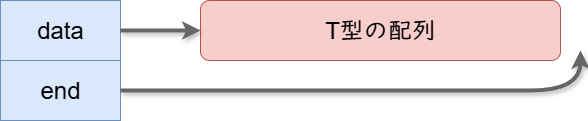
Before: images/EasyVec_data_and_end.drawio.png, a diagram exported from draw.io (tn-mai/cpp2025). Source tidied: cells renumbered, new cells last; positions are measured from the earlier drawing's top-left corner, leaving out a move shared by most shapes. Source of this version:
```xml
<mxGraphModel>
  <root>
    <mxCell id="0" />
    <mxCell id="1" parent="0" />
    <mxCell id="2" value="&lt;font style=&quot;font-size: 24px;&quot;&gt;data&lt;/font&gt;" style="rounded=0;whiteSpace=wrap;html=1;labelBackgroundColor=light-dark(default, #658095);fillColor=#dae8fc;strokeColor=#6c8ebf;" parent="1" vertex="1">
      <mxGeometry width="120" height="60" as="geometry" />
    </mxCell>
    <mxCell id="3" value="&lt;font style=&quot;font-size: 24px;&quot;&gt;end&lt;/font&gt;" style="rounded=0;whiteSpace=wrap;html=1;fillColor=#dae8fc;strokeColor=#6c8ebf;" parent="1" vertex="1">
      <mxGeometry y="60" width="120" height="60" as="geometry" />
    </mxCell>
    <mxCell id="4" value="&lt;font style=&quot;font-size: 24px;&quot;&gt;T型の配列&lt;/font&gt;" style="rounded=1;whiteSpace=wrap;html=1;fillColor=#f8cecc;strokeColor=#b85450;" parent="1" vertex="1">
      <mxGeometry x="200" width="360" height="60" as="geometry" />
    </mxCell>
    <mxCell id="5" style="endArrow=classic;html=1;rounded=0;exitX=1;exitY=0.5;exitDx=0;exitDy=0;entryX=0;entryY=0.5;entryDx=0;entryDy=0;strokeWidth=4;shadow=1;fillColor=#f5f5f5;strokeColor=#666666;" parent="1" edge="1" source="2" target="4">
      <mxGeometry relative="1" as="geometry" />
    </mxCell>
    <mxCell id="6" style="curved=1;endArrow=classic;html=1;rounded=0;exitX=1;exitY=0.5;exitDx=0;exitDy=0;strokeWidth=4;shadow=1;fillColor=#f5f5f5;strokeColor=#666666;" parent="1" edge="1" source="3">
      <mxGeometry relative="1" as="geometry">
        <mxPoint x="580" y="50" as="targetPoint" />
        <Array as="points">
          <mxPoint x="480" y="90" />
          <mxPoint x="580" y="90" />
        </Array>
      </mxGeometry>
    </mxCell>
  </root>
</mxGraphModel>
```
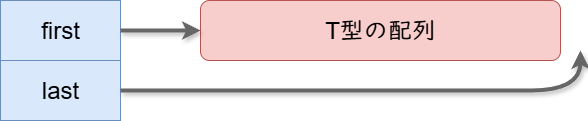
Above is the later version.

Commit message:
変数名を変更

What changed in the source:
```diff
@@ -2,19 +2,19 @@
   <root>
     <mxCell id="0" />
     <mxCell id="1" parent="0" />
-    <mxCell id="2" value="&lt;font style=&quot;font-size: 24px;&quot;&gt;data&lt;/font&gt;" style="rounded=0;whiteSpace=wrap;html=1;labelBackgroundColor=light-dark(default, #658095);fillColor=#dae8fc;strokeColor=#6c8ebf;" parent="1" vertex="1">
+    <mxCell id="2" value="&lt;font style=&quot;font-size: 24px;&quot;&gt;first&lt;/font&gt;" style="rounded=0;whiteSpace=wrap;html=1;labelBackgroundColor=light-dark(default, #658095);fillColor=#dae8fc;strokeColor=#6c8ebf;" parent="1" vertex="1">
       <mxGeometry width="120" height="60" as="geometry" />
     </mxCell>
-    <mxCell id="3" value="&lt;font style=&quot;font-size: 24px;&quot;&gt;end&lt;/font&gt;" style="rounded=0;whiteSpace=wrap;html=1;fillColor=#dae8fc;strokeColor=#6c8ebf;" parent="1" vertex="1">
+    <mxCell id="3" value="&lt;font style=&quot;font-size: 24px;&quot;&gt;last&lt;/font&gt;" style="rounded=0;whiteSpace=wrap;html=1;fillColor=#dae8fc;strokeColor=#6c8ebf;" parent="1" vertex="1">
       <mxGeometry y="60" width="120" height="60" as="geometry" />
     </mxCell>
     <mxCell id="4" value="&lt;font style=&quot;font-size: 24px;&quot;&gt;T型の配列&lt;/font&gt;" style="rounded=1;whiteSpace=wrap;html=1;fillColor=#f8cecc;strokeColor=#b85450;" parent="1" vertex="1">
       <mxGeometry x="200" width="360" height="60" as="geometry" />
     </mxCell>
-    <mxCell id="5" style="endArrow=classic;html=1;rounded=0;exitX=1;exitY=0.5;exitDx=0;exitDy=0;entryX=0;entryY=0.5;entryDx=0;entryDy=0;strokeWidth=4;shadow=1;fillColor=#f5f5f5;strokeColor=#666666;" parent="1" edge="1" source="2" target="4">
+    <mxCell id="5" style="endArrow=classic;html=1;rounded=0;entryX=0;entryY=0.5;entryDx=0;entryDy=0;strokeWidth=4;shadow=1;fillColor=#f5f5f5;strokeColor=#666666;" parent="1" edge="1" source="2" target="4">
       <mxGeometry relative="1" as="geometry" />
     </mxCell>
-    <mxCell id="6" style="curved=1;endArrow=classic;html=1;rounded=0;exitX=1;exitY=0.5;exitDx=0;exitDy=0;strokeWidth=4;shadow=1;fillColor=#f5f5f5;strokeColor=#666666;" parent="1" edge="1" source="3">
+    <mxCell id="6" style="curved=1;endArrow=classic;html=1;rounded=0;strokeWidth=4;shadow=1;fillColor=#f5f5f5;strokeColor=#666666;" parent="1" edge="1" source="3">
       <mxGeometry relative="1" as="geometry">
         <mxPoint x="580" y="50" as="targetPoint" />
         <Array as="points">
```
